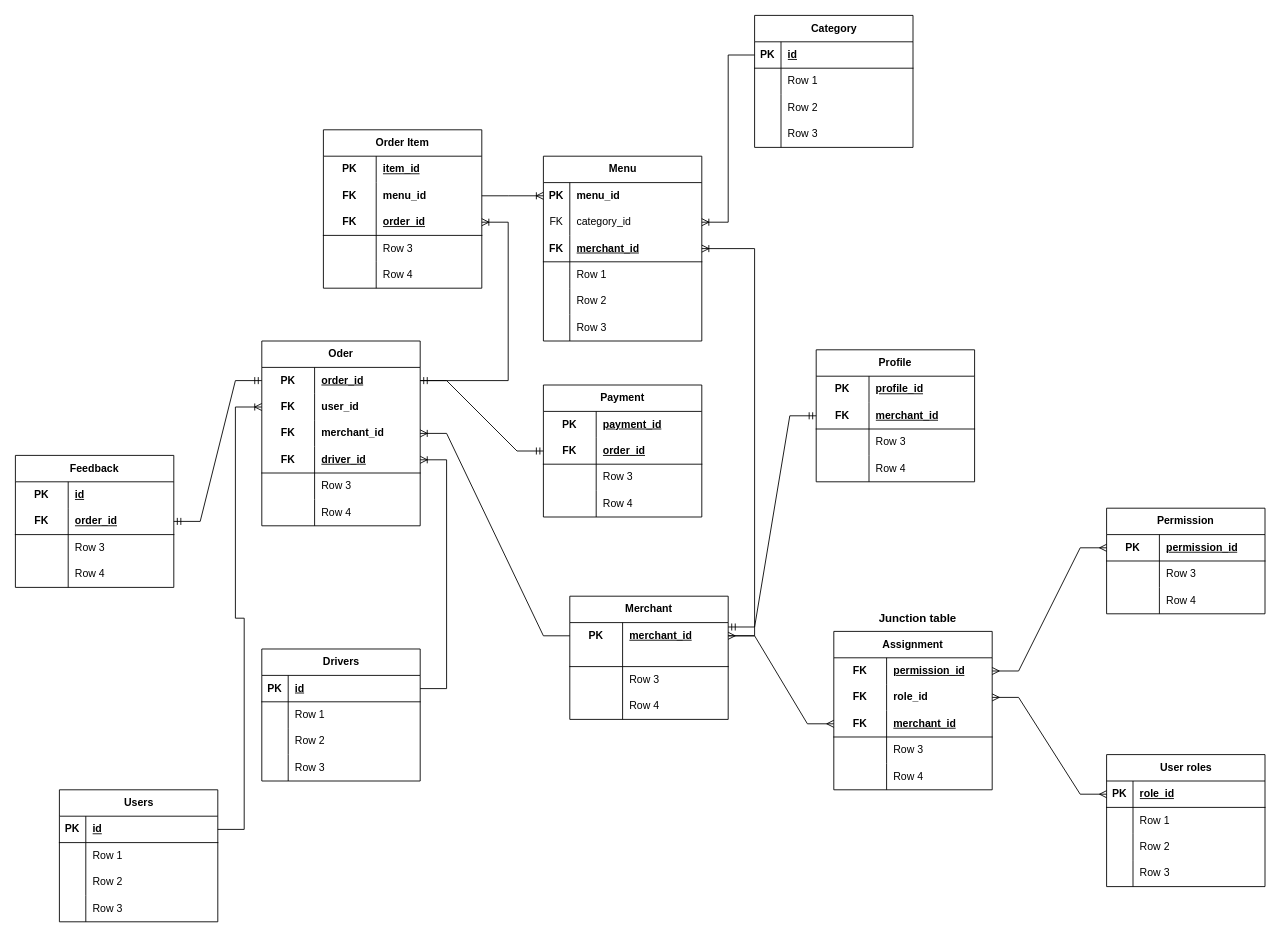
Earlier version of the draw.io diagram server/src/diagram/Untitled Diagram.drawio (Henri280100/My-Order-App). Source tidied: cells renumbered, new cells numbered last; positions are measured from the earlier drawing's top-left corner, leaving out a move shared by most shapes. Both pictures are drawn from the tidied source at 88%, with x=0, y=0 at pixel (15, -20).
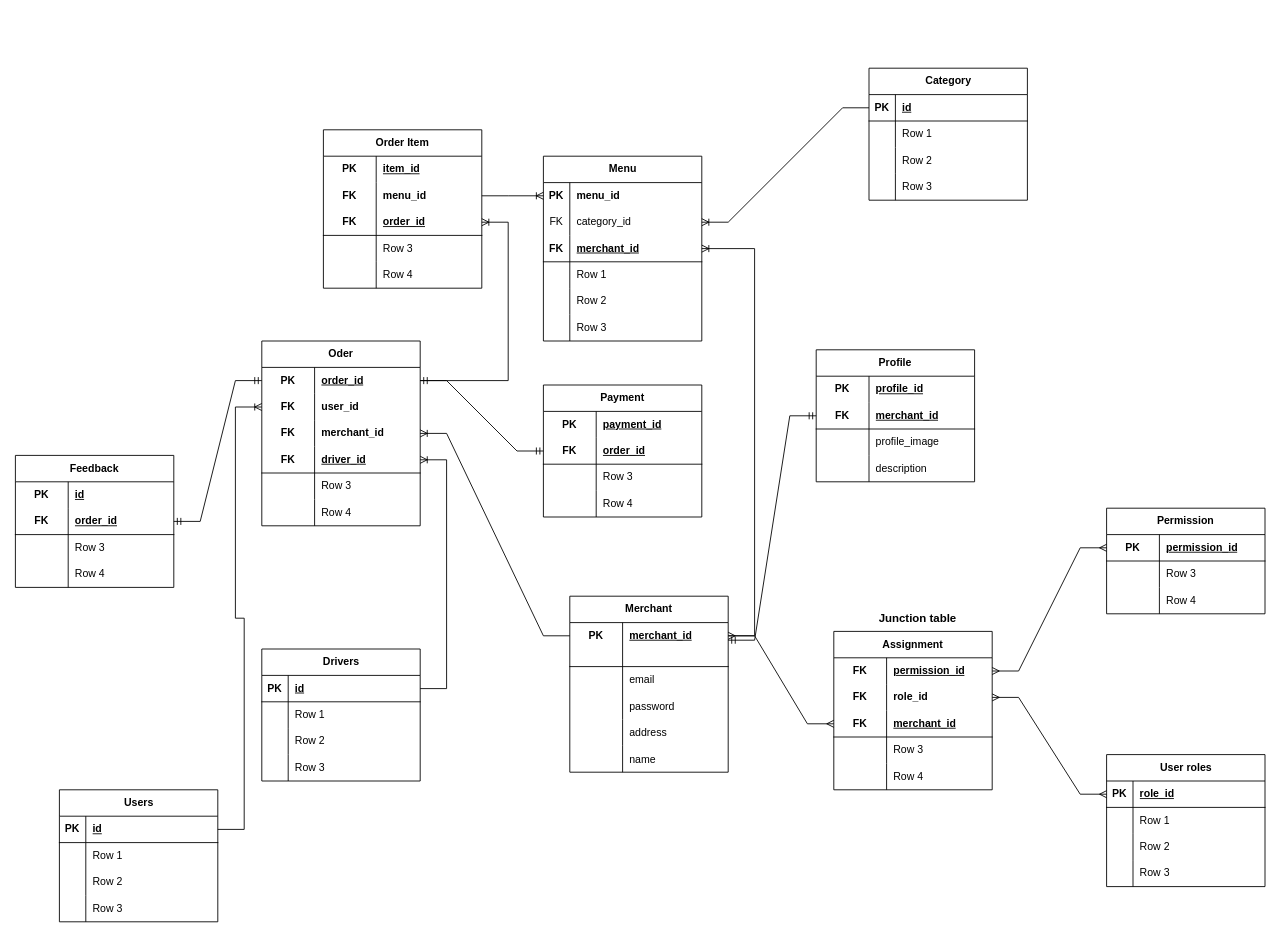
Above is the later version.

Unchanged cells that the change refers to:
```xml
<mxCell id="9" style="shape=tableRow;horizontal=0;startSize=0;swimlaneHead=0;swimlaneBody=0;fillColor=none;top=0;left=0;right=0;bottom=0;html=1;" parent="2" vertex="1">
  <mxGeometry y="80" width="180" height="30" as="geometry" />
</mxCell>
<mxCell id="41" style="shape=tableRow;horizontal=0;startSize=0;swimlaneHead=0;swimlaneBody=0;fillColor=none;top=0;left=0;right=0;bottom=0;html=1;" parent="34" vertex="1">
  <mxGeometry y="90" width="180" height="30" as="geometry" />
</mxCell>
<mxCell id="44" style="shape=tableRow;horizontal=0;startSize=0;swimlaneHead=0;swimlaneBody=0;fillColor=none;top=0;left=0;right=0;bottom=0;html=1;" parent="34" vertex="1">
  <mxGeometry y="120" width="180" height="30" as="geometry" />
</mxCell>
```

The edit, as a diff of the source:
```diff
@@
     <mxCell id="2" value="Merchant" style="shape=table;startSize=30;childLayout=tableLayout;rowLines=0;fontStyle=1;align=center;html=1;whiteSpace=wrap;" parent="1" vertex="1">
-      <mxGeometry x="630" y="700" width="180" height="140" as="geometry" />
+      <mxGeometry x="630" y="700" width="180" height="200" as="geometry" />
     </mxCell>
@@
-    <mxCell id="11" value="Row 3" style="shape=partialRectangle;fillColor=none;top=0;left=0;bottom=0;right=0;align=left;spacingLeft=6;overflow=hidden;html=1;whiteSpace=wrap;" parent="9" vertex="1">
+    <mxCell id="11" value="email" style="shape=partialRectangle;fillColor=none;top=0;left=0;bottom=0;right=0;align=left;spacingLeft=6;overflow=hidden;html=1;whiteSpace=wrap;" parent="9" vertex="1">
       <mxGeometry x="60" width="120" height="30" as="geometry" />
     </mxCell>
+    <mxCell id="200" style="shape=tableRow;horizontal=0;startSize=0;swimlaneHead=0;swimlaneBody=0;fillColor=none;top=0;left=0;right=0;bottom=0;" parent="2" vertex="1">
+      <mxGeometry y="110" width="180" height="30" as="geometry" />
+    </mxCell>
+    <mxCell id="201" style="shape=partialRectangle;fillColor=none;top=0;left=0;bottom=0;right=0;overflow=hidden;" parent="200" vertex="1">
+      <mxGeometry width="60" height="30" as="geometry" />
+    </mxCell>
+    <mxCell id="202" value="password" style="shape=partialRectangle;fillColor=none;top=0;left=0;bottom=0;right=0;align=left;spacingLeft=6;overflow=hidden;" parent="200" vertex="1">
+      <mxGeometry x="60" width="120" height="30" as="geometry" />
+    </mxCell>
     <mxCell id="12" style="shape=tableRow;horizontal=0;startSize=0;swimlaneHead=0;swimlaneBody=0;fillColor=none;top=0;left=0;right=0;bottom=0;html=1;" parent="2" vertex="1">
-      <mxGeometry y="110" width="180" height="30" as="geometry" />
+      <mxGeometry y="140" width="180" height="30" as="geometry" />
     </mxCell>
@@
-    <mxCell id="14" value="Row 4" style="shape=partialRectangle;fillColor=none;top=0;left=0;bottom=0;right=0;align=left;spacingLeft=6;overflow=hidden;html=1;whiteSpace=wrap;" parent="12" vertex="1">
+    <mxCell id="14" value="address" style="shape=partialRectangle;fillColor=none;top=0;left=0;bottom=0;right=0;align=left;spacingLeft=6;overflow=hidden;html=1;whiteSpace=wrap;" parent="12" vertex="1">
       <mxGeometry x="60" width="120" height="30" as="geometry" />
     </mxCell>
+    <mxCell id="203" style="shape=tableRow;horizontal=0;startSize=0;swimlaneHead=0;swimlaneBody=0;fillColor=none;top=0;left=0;right=0;bottom=0;" parent="2" vertex="1">
+      <mxGeometry y="170" width="180" height="30" as="geometry" />
+    </mxCell>
+    <mxCell id="204" style="shape=partialRectangle;fillColor=none;top=0;left=0;bottom=0;right=0;overflow=hidden;" parent="203" vertex="1">
+      <mxGeometry width="60" height="30" as="geometry" />
+    </mxCell>
+    <mxCell id="205" value="name" style="shape=partialRectangle;fillColor=none;top=0;left=0;bottom=0;right=0;align=left;spacingLeft=6;overflow=hidden;" parent="203" vertex="1">
+      <mxGeometry x="60" width="120" height="30" as="geometry" />
+    </mxCell>
@@
-    <mxCell id="43" value="Row 3" style="shape=partialRectangle;fillColor=none;top=0;left=0;bottom=0;right=0;align=left;spacingLeft=6;overflow=hidden;html=1;whiteSpace=wrap;" parent="41" vertex="1">
+    <mxCell id="43" value="profile_image&lt;span style=&quot;white-space: pre;&quot;&gt;&#9;&lt;/span&gt;&lt;span style=&quot;white-space: pre;&quot;&gt;&#9;&lt;/span&gt;" style="shape=partialRectangle;fillColor=none;top=0;left=0;bottom=0;right=0;align=left;spacingLeft=6;overflow=hidden;html=1;whiteSpace=wrap;" parent="41" vertex="1">
       <mxGeometry x="60" width="120" height="30" as="geometry" />
     </mxCell>
@@
-    <mxCell id="46" value="Row 4" style="shape=partialRectangle;fillColor=none;top=0;left=0;bottom=0;right=0;align=left;spacingLeft=6;overflow=hidden;html=1;whiteSpace=wrap;" parent="44" vertex="1">
+    <mxCell id="46" value="description" style="shape=partialRectangle;fillColor=none;top=0;left=0;bottom=0;right=0;align=left;spacingLeft=6;overflow=hidden;html=1;whiteSpace=wrap;" parent="44" vertex="1">
       <mxGeometry x="60" width="120" height="30" as="geometry" />
     </mxCell>
@@
     <mxCell id="87" value="Category" style="shape=table;startSize=30;childLayout=tableLayout;rowLines=0;fontStyle=1;align=center;html=1;" parent="1" vertex="1">
-      <mxGeometry x="840" y="40" width="180" height="150" as="geometry" />
+      <mxGeometry x="970" y="100" width="180" height="150" as="geometry" />
     </mxCell>
```
